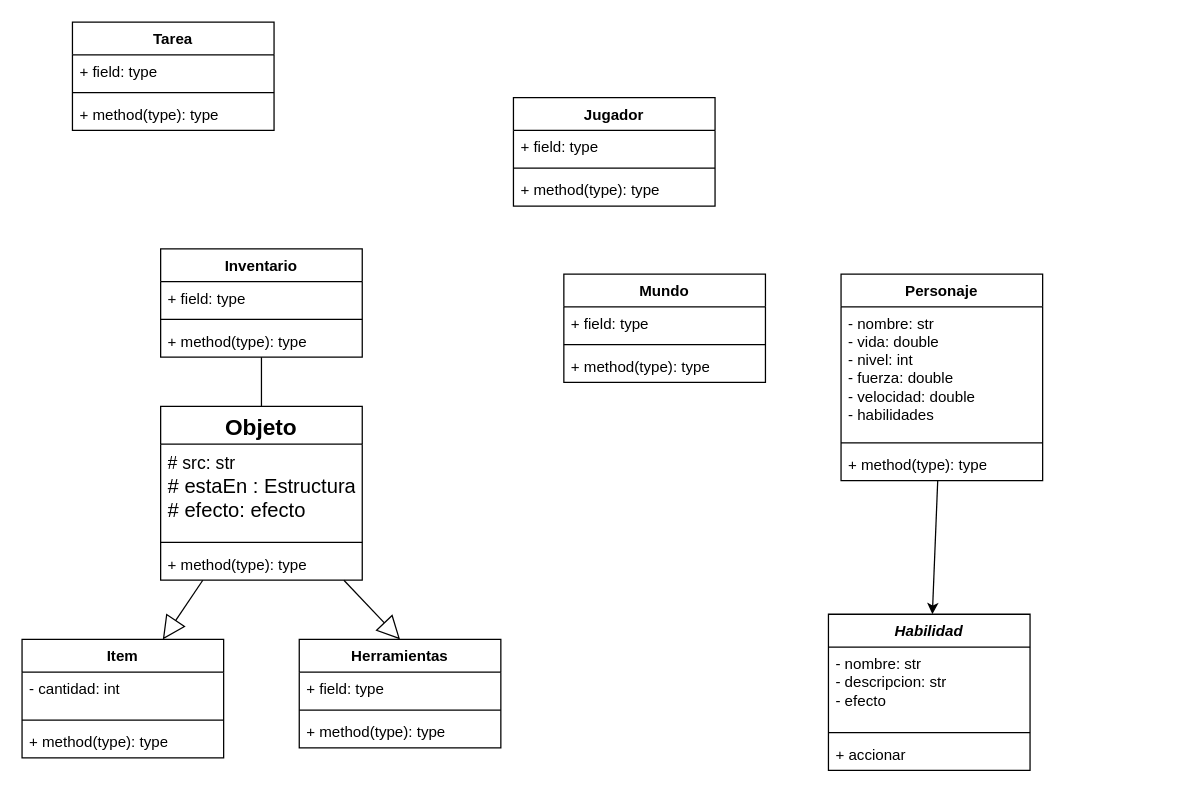
This is page "Generalidades" (1 of 3) of UML/Juego.drawio from LuisCM10/Proyecto-Final, a draw.io file, before an edit. Source tidied: cells renumbered, new cells numbered last; positions are measured from the earlier drawing's top-left corner, leaving out a move shared by most shapes. Both pictures are drawn from the tidied source at 126%, with x=0, y=0 at pixel (21, 21).
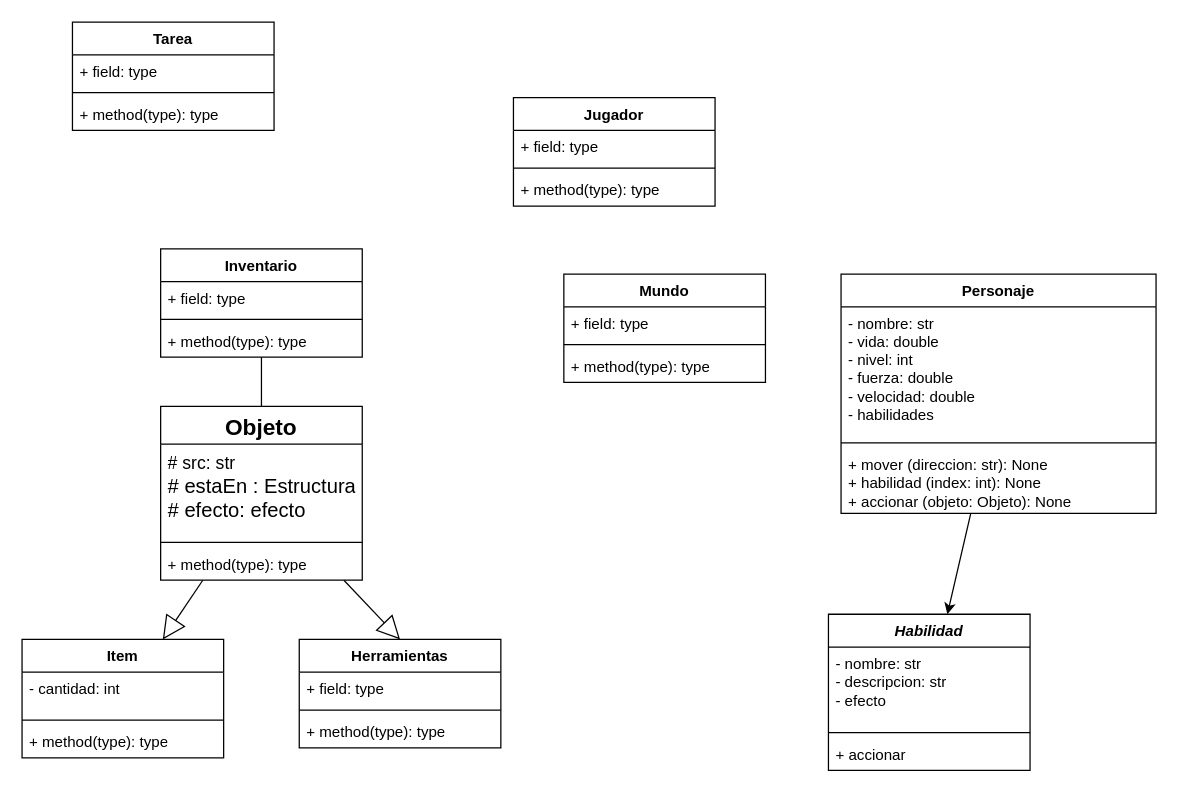
After the change.

The edit, as a diff of the source:
```diff
@@
     <mxCell id="23" value="Personaje" style="swimlane;fontStyle=1;align=center;verticalAlign=top;horizontal=1;startSize=26;whiteSpace=wrap;html=1;" parent="1" vertex="1">
-      <mxGeometry x="650" y="200" width="160" height="164" as="geometry" />
+      <mxGeometry x="650" y="200" width="250" height="190" as="geometry" />
     </mxCell>
     <mxCell id="24" value="- nombre: str&lt;div&gt;- vida: double&lt;/div&gt;&lt;div&gt;- nivel: int&lt;/div&gt;&lt;div&gt;- fuerza: double&lt;/div&gt;&lt;div&gt;- velocidad: double&lt;/div&gt;&lt;div&gt;- habilidades&lt;/div&gt;" style="text;strokeColor=none;fillColor=none;align=left;verticalAlign=top;spacingLeft=4;spacingRight=4;overflow=hidden;whiteSpace=wrap;html=1;" parent="23" vertex="1">
-      <mxGeometry y="26" width="160" height="104" as="geometry" />
+      <mxGeometry y="26" width="250" height="104" as="geometry" />
     </mxCell>
     <mxCell id="25" style="line;strokeWidth=1;fillColor=none;align=left;verticalAlign=middle;spacingTop=-1;spacingLeft=3;spacingRight=3;labelPosition=right;strokeColor=inherit;" parent="23" vertex="1">
-      <mxGeometry y="130" width="160" height="8" as="geometry" />
+      <mxGeometry y="130" width="250" height="8" as="geometry" />
     </mxCell>
-    <mxCell id="26" value="+ method(type): type" style="text;strokeColor=none;fillColor=none;align=left;verticalAlign=top;spacingLeft=4;spacingRight=4;overflow=hidden;whiteSpace=wrap;html=1;" parent="23" vertex="1">
-      <mxGeometry y="138" width="160" height="26" as="geometry" />
+    <mxCell id="26" value="+ mover (direccion: str): None&lt;div&gt;+ habilidad (index: int): None&lt;/div&gt;&lt;div&gt;+ accionar (objeto: Objeto): None&lt;/div&gt;" style="text;strokeColor=none;fillColor=none;align=left;verticalAlign=top;spacingLeft=4;spacingRight=4;overflow=hidden;whiteSpace=wrap;html=1;" parent="23" vertex="1">
+      <mxGeometry y="138" width="250" height="52" as="geometry" />
     </mxCell>
```
